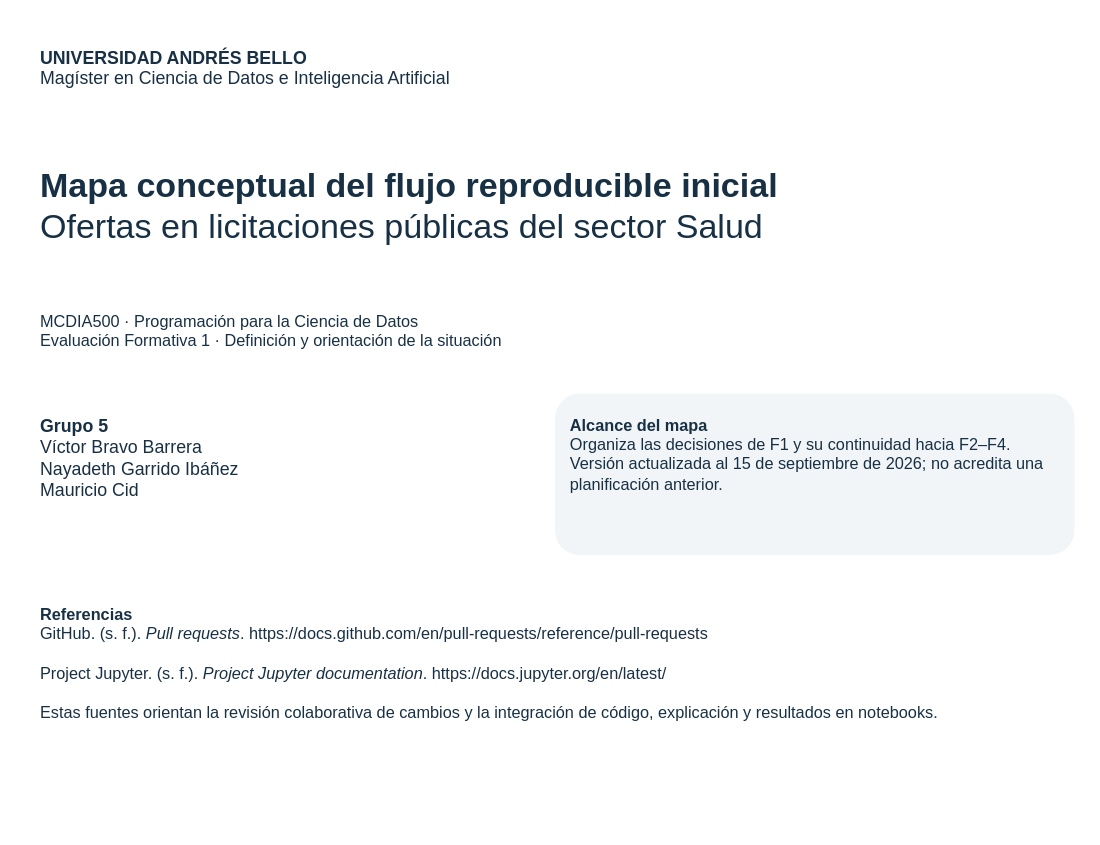
Above: page "Portada" (1 of 2) of docs/mcdi500_s1_grupo5.drawio in vbravo29/sumativo-1 (draw.io), before the change. Source tidied: cells renumbered, new cells numbered last; positions are measured from the earlier drawing's top-left corner, leaving out a move shared by most shapes. Both pictures are drawn from the tidied source at 148%, with x=0, y=0 at pixel (25, 25).
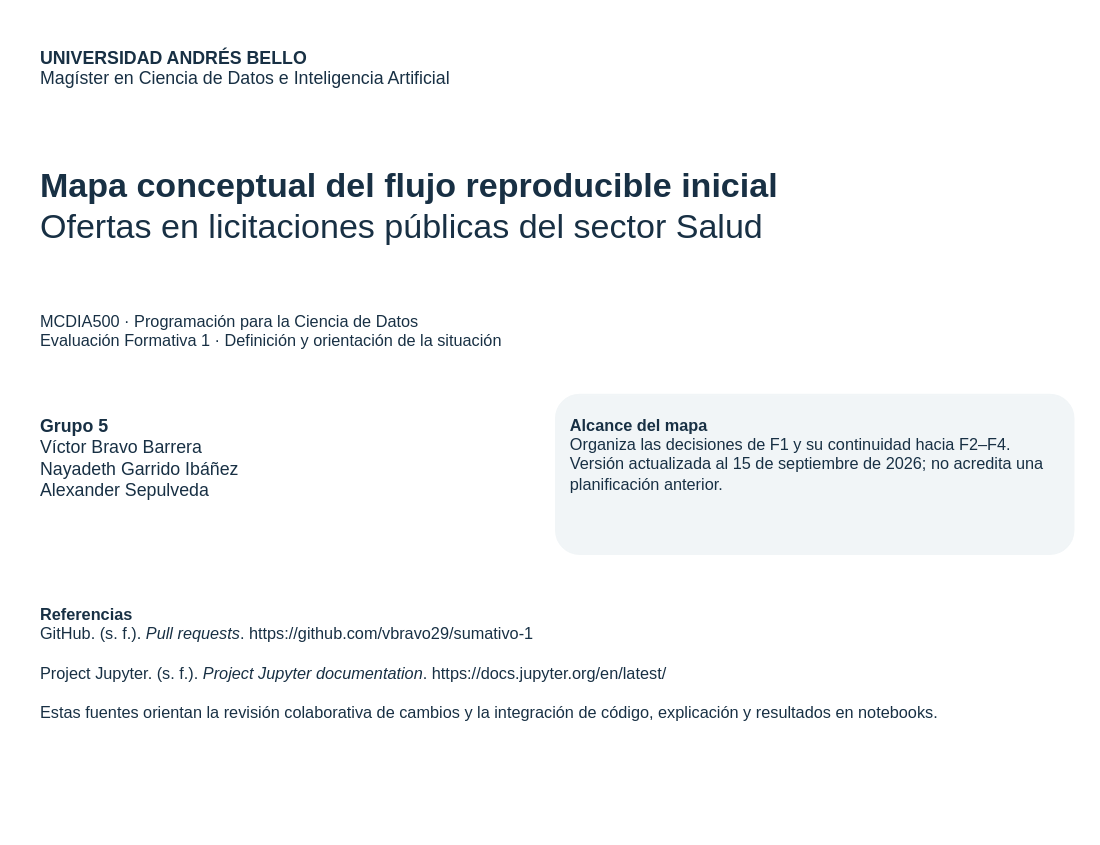
Above is the later version.

The edit, as a diff of the source:
```diff
@@
 <mxGraphModel>
   <root>
     <mxCell id="0" />
     <mxCell id="1" parent="0" />
     <mxCell id="2" value="&lt;b&gt;UNIVERSIDAD ANDRÉS BELLO&lt;/b&gt;&lt;br/&gt;Magíster en Ciencia de Datos e Inteligencia Artificial" style="rounded=1;whiteSpace=wrap;html=1;fontFamily=Arial;fontSize=12;fontColor=#183044;align=left;verticalAlign=top;spacing=10;fillColor=none;strokeColor=none;" parent="1" vertex="1">
       <mxGeometry width="708" height="55" as="geometry" />
     </mxCell>
     <mxCell id="3" value="&lt;b&gt;Mapa conceptual del flujo reproducible inicial&lt;/b&gt;&lt;br/&gt;Ofertas en licitaciones públicas del sector Salud" style="rounded=1;whiteSpace=wrap;html=1;fontFamily=Arial;fontSize=23;fontColor=#183044;align=left;verticalAlign=top;spacing=10;fillColor=none;strokeColor=none;" parent="1" vertex="1">
       <mxGeometry y="80" width="708" height="88" as="geometry" />
     </mxCell>
     <mxCell id="4" value="MCDIA500 · Programación para la Ciencia de Datos&lt;br/&gt;Evaluación Formativa 1 · Definición y orientación de la situación" style="rounded=1;whiteSpace=wrap;html=1;fontFamily=Arial;fontSize=11;fontColor=#183044;align=left;verticalAlign=top;spacing=10;fillColor=none;strokeColor=none;" parent="1" vertex="1">
       <mxGeometry y="179" width="708" height="54" as="geometry" />
     </mxCell>
-    <mxCell id="5" value="&lt;b&gt;Grupo 5&lt;/b&gt;&lt;br/&gt;Víctor Bravo Barrera&lt;br/&gt;Nayadeth Garrido Ibáñez&lt;br/&gt;Mauricio Cid" style="rounded=1;whiteSpace=wrap;html=1;fontFamily=Arial;fontSize=12;fontColor=#183044;align=left;verticalAlign=top;spacing=10;fillColor=none;strokeColor=none;" parent="1" vertex="1">
+    <mxCell id="5" value="&lt;b&gt;Grupo 5&lt;/b&gt;&lt;br/&gt;Víctor Bravo Barrera&lt;br/&gt;Nayadeth Garrido Ibáñez&lt;br/&gt;Alexander Sepulveda" style="rounded=1;whiteSpace=wrap;html=1;fontFamily=Arial;fontSize=12;fontColor=#183044;align=left;verticalAlign=top;spacing=10;fillColor=none;strokeColor=none;" parent="1" vertex="1">
       <mxGeometry y="249" width="335" height="108" as="geometry" />
     </mxCell>
     <mxCell id="6" value="&lt;b&gt;Alcance del mapa&lt;/b&gt;&lt;br/&gt;Organiza las decisiones de F1 y su continuidad hacia F2–F4. Versión actualizada al 15 de septiembre de 2026; no acredita una planificación anterior." style="rounded=1;whiteSpace=wrap;html=1;fontFamily=Arial;fontSize=11;fontColor=#183044;align=left;verticalAlign=top;spacing=10;fillColor=#F1F5F7;strokeColor=#F1F5F7;" parent="1" vertex="1">
       <mxGeometry x="358" y="249" width="350" height="108" as="geometry" />
     </mxCell>
-    <mxCell id="7" value="&lt;b&gt;Referencias&lt;/b&gt;&lt;br/&gt;GitHub. (s. f.). &lt;i&gt;Pull requests&lt;/i&gt;. https://docs.github.com/en/pull-requests/reference/pull-requests&lt;br/&gt;&lt;br/&gt;Project Jupyter. (s. f.). &lt;i&gt;Project Jupyter documentation&lt;/i&gt;. https://docs.jupyter.org/en/latest/&lt;br/&gt;&lt;br/&gt;Estas fuentes orientan la revisión colaborativa de cambios y la integración de código, explicación y resultados en notebooks." style="rounded=1;whiteSpace=wrap;html=1;fontFamily=Arial;fontSize=11;fontColor=#183044;align=left;verticalAlign=top;spacing=10;fillColor=none;strokeColor=none;" parent="1" vertex="1">
+    <mxCell id="7" value="&lt;b&gt;Referencias&lt;/b&gt;&lt;br&gt;GitHub. (s. f.). &lt;i&gt;Pull requests&lt;/i&gt;. https://github.com/vbravo29/sumativo-1&lt;br&gt;&lt;br&gt;Project Jupyter. (s. f.). &lt;i&gt;Project Jupyter documentation&lt;/i&gt;. https://docs.jupyter.org/en/latest/&lt;br&gt;&lt;br&gt;Estas fuentes orientan la revisión colaborativa de cambios y la integración de código, explicación y resultados en notebooks." style="rounded=1;whiteSpace=wrap;html=1;fontFamily=Arial;fontSize=11;fontColor=#183044;align=left;verticalAlign=top;spacing=10;fillColor=none;strokeColor=none;" parent="1" vertex="1">
       <mxGeometry y="377" width="708" height="160" as="geometry" />
     </mxCell>
   </root>
 </mxGraphModel>
```
